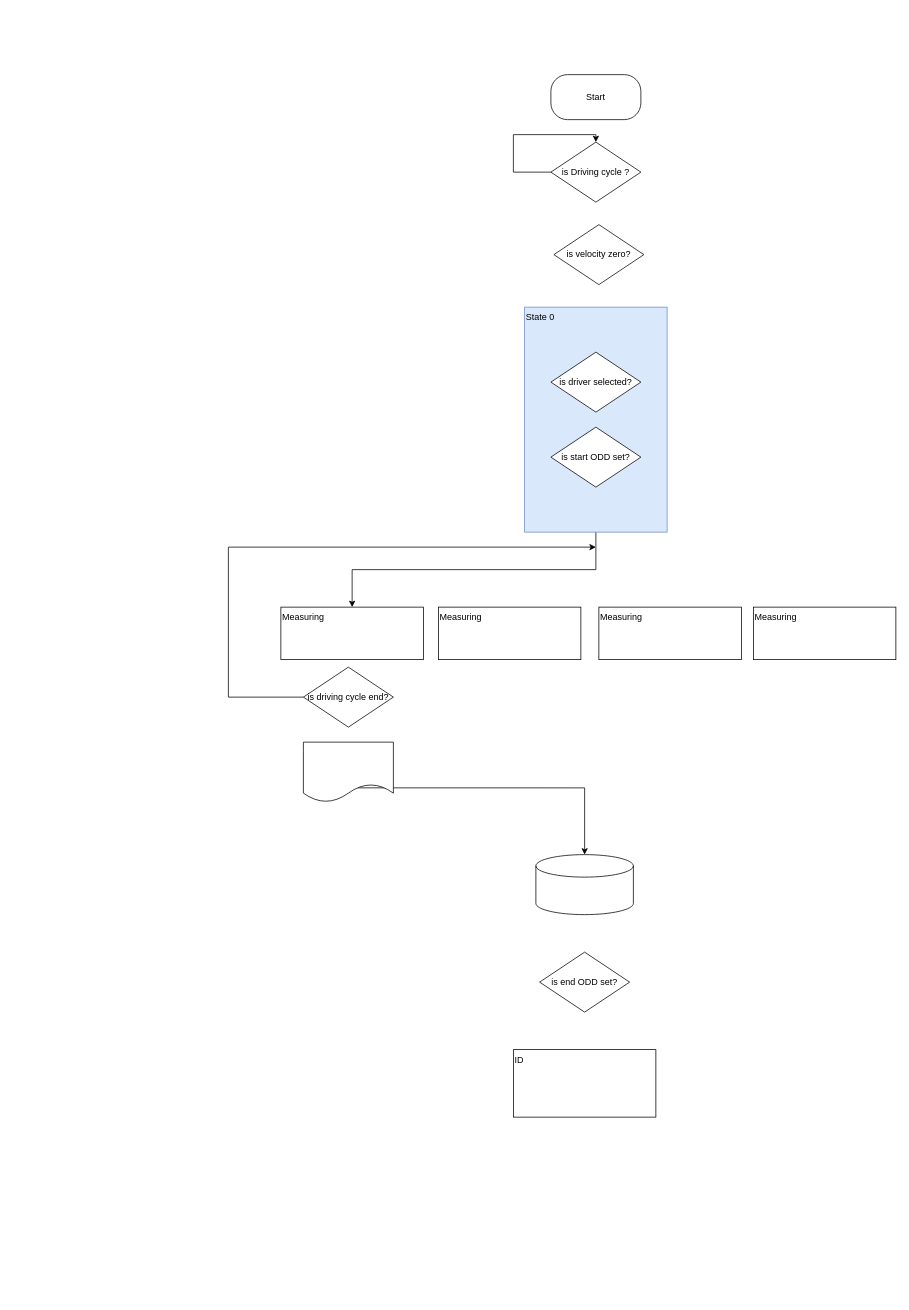
The draw.io diagram SystemFlowDiagram.drawio in gsethan17/DMS, before the edit. Source tidied: cells renumbered, new cells numbered last; positions are measured from the earlier drawing's top-left corner, leaving out a move shared by most shapes. Both pictures are drawn from the tidied source at 75%, with x=0, y=0 at pixel (228, 74).
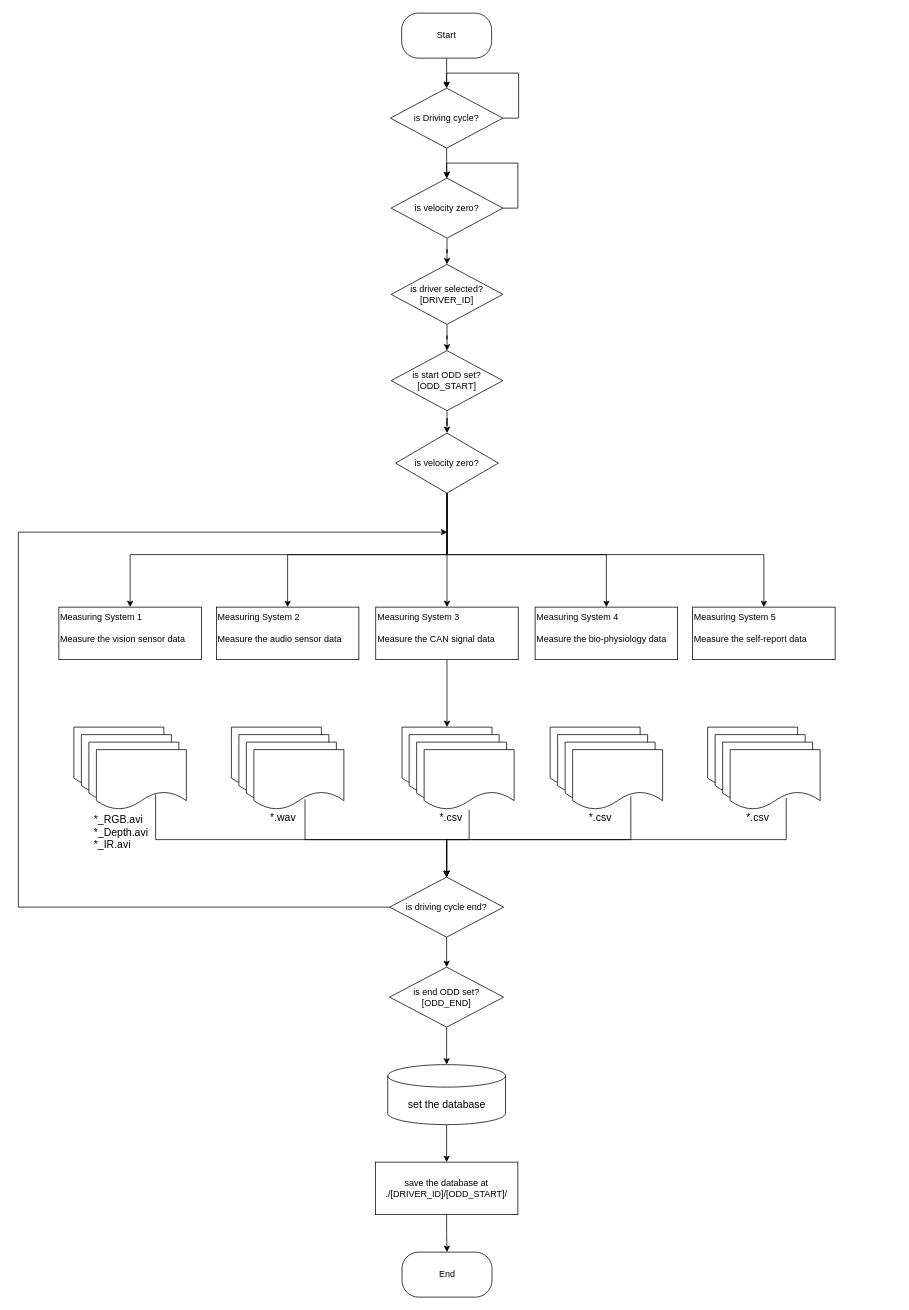
After the change.

Diff of the diagram source:
```diff
@@
+    <mxCell id="21" style="edgeStyle=orthogonalEdgeStyle;rounded=0;jettySize=auto;html=1;entryX=0.5;entryY=0;entryDx=0;entryDy=0;fontSize=14;" parent="1" edge="1" source="2" target="4">
+      <mxGeometry relative="1" as="geometry" />
+    </mxCell>
     <mxCell id="2" value="Start" style="rounded=1;whiteSpace=wrap;html=1;arcSize=37;" parent="1" vertex="1">
-      <mxGeometry x="430" width="120" height="60" as="geometry" />
+      <mxGeometry x="231" y="-82" width="120" height="60" as="geometry" />
     </mxCell>
-    <mxCell id="3" style="edgeStyle=orthogonalEdgeStyle;rounded=0;orthogonalLoop=1;jettySize=auto;html=1;exitX=0;exitY=0.5;exitDx=0;exitDy=0;fontSize=14;entryX=0.5;entryY=0;entryDx=0;entryDy=0;" parent="1" edge="1" source="4" target="4">
+    <mxCell id="3" style="edgeStyle=orthogonalEdgeStyle;rounded=0;orthogonalLoop=1;jettySize=auto;html=1;exitX=1;exitY=0.5;exitDx=0;exitDy=0;fontSize=14;entryX=0.5;entryY=0;entryDx=0;entryDy=0;" parent="1" edge="1" source="4" target="4">
       <mxGeometry relative="1" as="geometry">
         <Array as="points">
-          <mxPoint x="380" y="130" />
-          <mxPoint x="380" y="80" />
-          <mxPoint x="490" y="80" />
+          <mxPoint x="387" y="58" />
+          <mxPoint x="387" y="-2" />
+          <mxPoint x="291" y="-2" />
         </Array>
       </mxGeometry>
     </mxCell>
+    <mxCell id="22" style="edgeStyle=orthogonalEdgeStyle;rounded=0;jettySize=auto;html=1;fontSize=14;" parent="1" edge="1" source="4" target="10">
+      <mxGeometry relative="1" as="geometry" />
+    </mxCell>
-    <mxCell id="4" value="is Driving cycle ?" style="rhombus;whiteSpace=wrap;html=1;" parent="1" vertex="1">
-      <mxGeometry x="430" y="90" width="120" height="80" as="geometry" />
+    <mxCell id="4" value="is Driving cycle?" style="rhombus;whiteSpace=wrap;html=1;" parent="1" vertex="1">
+      <mxGeometry x="216" y="18" width="150" height="80" as="geometry" />
     </mxCell>
-    <mxCell id="5" style="edgeStyle=orthogonalEdgeStyle;rounded=0;jettySize=auto;html=1;exitX=0.5;exitY=1;exitDx=0;exitDy=0;fontSize=14;" parent="1" edge="1" source="6" target="9">
-      <mxGeometry relative="1" as="geometry" />
+    <mxCell id="5" style="edgeStyle=orthogonalEdgeStyle;rounded=0;jettySize=auto;html=1;exitX=0.5;exitY=1;exitDx=0;exitDy=0;fontSize=14;" parent="1" edge="1" source="8" target="9">
+      <mxGeometry relative="1" as="geometry">
+        <Array as="points">
+          <mxPoint x="291" y="640" />
+          <mxPoint x="-131" y="640" />
+        </Array>
+      </mxGeometry>
     </mxCell>
-    <mxCell id="6" value="State 0" style="whiteSpace=wrap;html=1;align=left;verticalAlign=top;fillColor=#dae8fc;strokeColor=#6c8ebf;" parent="1" vertex="1">
-      <mxGeometry x="395" y="310" width="190" height="300" as="geometry" />
-    </mxCell>
+    <mxCell id="23" style="edgeStyle=orthogonalEdgeStyle;rounded=0;jettySize=auto;html=1;fontSize=14;" parent="1" edge="1" source="7" target="66">
+      <mxGeometry relative="1" as="geometry" />
+    </mxCell>
-    <mxCell id="7" value="is driver selected?" style="rhombus;whiteSpace=wrap;html=1;" parent="1" vertex="1">
-      <mxGeometry x="430" y="370" width="120" height="80" as="geometry" />
+    <mxCell id="7" value="is driver selected?&lt;br&gt;[DRIVER_ID]" style="rhombus;whiteSpace=wrap;html=1;" parent="1" vertex="1">
+      <mxGeometry x="217" y="253" width="149" height="80" as="geometry" />
     </mxCell>
-    <mxCell id="8" value="is start ODD set?" style="rhombus;whiteSpace=wrap;html=1;" parent="1" vertex="1">
-      <mxGeometry x="430" y="470" width="120" height="80" as="geometry" />
+    <mxCell id="8" value="is velocity zero?" style="rhombus;whiteSpace=wrap;html=1;" parent="1" vertex="1">
+      <mxGeometry x="223" y="478" width="137" height="80" as="geometry" />
     </mxCell>
-    <mxCell id="9" value="Measuring" style="whiteSpace=wrap;html=1;align=left;verticalAlign=top;" parent="1" vertex="1">
-      <mxGeometry x="70" y="710" width="190" height="70" as="geometry" />
+    <mxCell id="9" value="Measuring System 1&lt;br&gt;&lt;br&gt;&lt;div style=&quot;text-align: right&quot;&gt;&lt;span&gt;Measure the vision sensor data&lt;/span&gt;&lt;/div&gt;" style="whiteSpace=wrap;html=1;align=left;verticalAlign=top;" parent="1" vertex="1">
+      <mxGeometry x="-226" y="710" width="190" height="70" as="geometry" />
     </mxCell>
+    <mxCell id="24" style="edgeStyle=orthogonalEdgeStyle;rounded=0;jettySize=auto;html=1;fontSize=14;" parent="1" edge="1" source="10" target="7">
+      <mxGeometry relative="1" as="geometry" />
+    </mxCell>
+    <mxCell id="25" style="edgeStyle=orthogonalEdgeStyle;rounded=0;orthogonalLoop=1;jettySize=auto;html=1;fontSize=14;exitX=1;exitY=0.5;exitDx=0;exitDy=0;" parent="1" edge="1" source="10" target="10">
+      <mxGeometry relative="1" as="geometry">
+        <Array as="points">
+          <mxPoint x="386" y="178" />
+          <mxPoint x="386" y="118" />
+          <mxPoint x="291" y="118" />
+        </Array>
+      </mxGeometry>
+    </mxCell>
     <mxCell id="10" value="is velocity zero?" style="rhombus;whiteSpace=wrap;html=1;" parent="1" vertex="1">
-      <mxGeometry x="434" y="200" width="120" height="80" as="geometry" />
+      <mxGeometry x="217" y="138" width="149" height="80" as="geometry" />
     </mxCell>
-    <mxCell id="11" value="ID" style="whiteSpace=wrap;html=1;align=left;verticalAlign=top;" parent="1" vertex="1">
-      <mxGeometry x="380" y="1300" width="190" height="90" as="geometry" />
-    </mxCell>
-    <mxCell id="12" value="Measuring" style="whiteSpace=wrap;html=1;align=left;verticalAlign=top;" parent="1" vertex="1">
-      <mxGeometry x="280" y="710" width="190" height="70" as="geometry" />
-    </mxCell>
-    <mxCell id="13" value="Measuring" style="whiteSpace=wrap;html=1;align=left;verticalAlign=top;" parent="1" vertex="1">
-      <mxGeometry x="494" y="710" width="190" height="70" as="geometry" />
-    </mxCell>
-    <mxCell id="14" value="Measuring" style="whiteSpace=wrap;html=1;align=left;verticalAlign=top;" parent="1" vertex="1">
-      <mxGeometry x="700" y="710" width="190" height="70" as="geometry" />
-    </mxCell>
-    <mxCell id="15" style="edgeStyle=orthogonalEdgeStyle;rounded=0;jettySize=auto;html=1;fontSize=14;exitX=0;exitY=0.5;exitDx=0;exitDy=0;" parent="1" edge="1" source="16">
-      <mxGeometry relative="1" as="geometry">
-        <mxPoint x="490" y="630" as="targetPoint" />
-        <Array as="points">
-          <mxPoint y="830" />
-          <mxPoint y="630" />
-        </Array>
-      </mxGeometry>
-    </mxCell>
+    <mxCell id="26" style="edgeStyle=orthogonalEdgeStyle;rounded=0;jettySize=auto;html=1;exitX=0;exitY=0.5;exitDx=0;exitDy=0;fontSize=14;" parent="1" edge="1" source="16">
+      <mxGeometry relative="1" as="geometry">
+        <mxPoint x="292" y="610" as="targetPoint" />
+        <Array as="points">
+          <mxPoint x="-280" y="1110" />
+          <mxPoint x="-280" y="610" />
+        </Array>
+      </mxGeometry>
+    </mxCell>
+    <mxCell id="27" style="edgeStyle=orthogonalEdgeStyle;rounded=0;jettySize=auto;html=1;fontSize=14;" parent="1" edge="1" source="16" target="17">
+      <mxGeometry relative="1" as="geometry" />
+    </mxCell>
     <mxCell id="16" value="is driving cycle end?" style="rhombus;whiteSpace=wrap;html=1;" parent="1" vertex="1">
-      <mxGeometry x="100" y="790" width="120" height="80" as="geometry" />
+      <mxGeometry x="215" y="1070" width="152" height="80" as="geometry" />
     </mxCell>
+    <mxCell id="28" style="edgeStyle=orthogonalEdgeStyle;rounded=0;jettySize=auto;html=1;fontSize=14;" parent="1" edge="1" source="17" target="20">
+      <mxGeometry relative="1" as="geometry" />
+    </mxCell>
-    <mxCell id="17" value="is end ODD set?" style="rhombus;whiteSpace=wrap;html=1;" parent="1" vertex="1">
-      <mxGeometry x="415" y="1170" width="120" height="80" as="geometry" />
+    <mxCell id="17" value="is end ODD set?&lt;br&gt;[ODD_END]" style="rhombus;whiteSpace=wrap;html=1;" parent="1" vertex="1">
+      <mxGeometry x="215" y="1190" width="152" height="80" as="geometry" />
     </mxCell>
-    <mxCell id="18" style="edgeStyle=orthogonalEdgeStyle;rounded=0;jettySize=auto;html=1;fontSize=14;exitX=0.605;exitY=0.762;exitDx=0;exitDy=0;exitPerimeter=0;" parent="1" edge="1" source="19" target="20">
-      <mxGeometry relative="1" as="geometry" />
-    </mxCell>
     <mxCell id="19" style="shape=document;whiteSpace=wrap;html=1;boundedLbl=1;fontSize=14;align=left;" parent="1" vertex="1">
-      <mxGeometry x="100" y="890" width="120" height="80" as="geometry" />
+      <mxGeometry x="-206" y="870" width="120" height="80" as="geometry" />
     </mxCell>
+    <mxCell id="29" style="edgeStyle=orthogonalEdgeStyle;rounded=0;jettySize=auto;html=1;entryX=0.5;entryY=0;entryDx=0;entryDy=0;fontSize=14;" parent="1" edge="1" source="20" target="60">
+      <mxGeometry relative="1" as="geometry" />
+    </mxCell>
-    <mxCell id="20" style="shape=cylinder3;whiteSpace=wrap;html=1;boundedLbl=1;backgroundOutline=1;size=15;fontSize=14;align=left;" parent="1" vertex="1">
-      <mxGeometry x="410" y="1040" width="130" height="80" as="geometry" />
+    <mxCell id="20" value="set the database" style="shape=cylinder3;whiteSpace=wrap;html=1;boundedLbl=1;backgroundOutline=1;size=15;fontSize=14;align=center;" parent="1" vertex="1">
+      <mxGeometry x="212.5" y="1320" width="157" height="80" as="geometry" />
     </mxCell>
+    <mxCell id="30" style="shape=document;whiteSpace=wrap;html=1;boundedLbl=1;fontSize=14;align=left;" parent="1" vertex="1">
+      <mxGeometry x="-196" y="880" width="120" height="80" as="geometry" />
+    </mxCell>
+    <mxCell id="31" style="shape=document;whiteSpace=wrap;html=1;boundedLbl=1;fontSize=14;align=left;" parent="1" vertex="1">
+      <mxGeometry x="-186" y="890" width="120" height="80" as="geometry" />
+    </mxCell>
+    <mxCell id="32" style="shape=document;whiteSpace=wrap;html=1;boundedLbl=1;fontSize=14;align=left;" parent="1" vertex="1">
+      <mxGeometry x="-176" y="900" width="120" height="80" as="geometry" />
+    </mxCell>
+    <mxCell id="33" value="Measuring System 2&lt;br&gt;&lt;br&gt;&lt;div style=&quot;text-align: right&quot;&gt;&lt;span&gt;Measure the audio sensor data&lt;/span&gt;&lt;/div&gt;" style="whiteSpace=wrap;html=1;align=left;verticalAlign=top;" parent="1" vertex="1">
+      <mxGeometry x="-16" y="710" width="190" height="70" as="geometry" />
+    </mxCell>
+    <mxCell id="34" style="edgeStyle=orthogonalEdgeStyle;rounded=0;jettySize=auto;html=1;fontSize=14;" parent="1" edge="1" source="35" target="41">
+      <mxGeometry relative="1" as="geometry" />
+    </mxCell>
+    <mxCell id="35" value="Measuring System 3&lt;br&gt;&lt;br&gt;&lt;div style=&quot;text-align: right&quot;&gt;&lt;span&gt;Measure the CAN signal data&lt;/span&gt;&lt;/div&gt;" style="whiteSpace=wrap;html=1;align=left;verticalAlign=top;" parent="1" vertex="1">
+      <mxGeometry x="196.5" y="710" width="190" height="70" as="geometry" />
+    </mxCell>
+    <mxCell id="36" value="Measuring System 4&lt;br&gt;&lt;br&gt;&lt;div style=&quot;text-align: right&quot;&gt;&lt;span&gt;Measure the bio-physiology data&lt;/span&gt;&lt;/div&gt;" style="whiteSpace=wrap;html=1;align=left;verticalAlign=top;" parent="1" vertex="1">
+      <mxGeometry x="409" y="710" width="190" height="70" as="geometry" />
+    </mxCell>
+    <mxCell id="37" style="shape=document;whiteSpace=wrap;html=1;boundedLbl=1;fontSize=14;align=left;" parent="1" vertex="1">
+      <mxGeometry x="4" y="870" width="120" height="80" as="geometry" />
+    </mxCell>
+    <mxCell id="38" style="shape=document;whiteSpace=wrap;html=1;boundedLbl=1;fontSize=14;align=left;" parent="1" vertex="1">
+      <mxGeometry x="14" y="880" width="120" height="80" as="geometry" />
+    </mxCell>
+    <mxCell id="39" style="shape=document;whiteSpace=wrap;html=1;boundedLbl=1;fontSize=14;align=left;" parent="1" vertex="1">
+      <mxGeometry x="24" y="890" width="120" height="80" as="geometry" />
+    </mxCell>
+    <mxCell id="40" style="shape=document;whiteSpace=wrap;html=1;boundedLbl=1;fontSize=14;align=left;" parent="1" vertex="1">
+      <mxGeometry x="34" y="900" width="120" height="80" as="geometry" />
+    </mxCell>
+    <mxCell id="41" style="shape=document;whiteSpace=wrap;html=1;boundedLbl=1;fontSize=14;align=left;" parent="1" vertex="1">
+      <mxGeometry x="231.5" y="870" width="120" height="80" as="geometry" />
+    </mxCell>
+    <mxCell id="42" style="shape=document;whiteSpace=wrap;html=1;boundedLbl=1;fontSize=14;align=left;" parent="1" vertex="1">
+      <mxGeometry x="241" y="880" width="120" height="80" as="geometry" />
+    </mxCell>
+    <mxCell id="43" style="shape=document;whiteSpace=wrap;html=1;boundedLbl=1;fontSize=14;align=left;" parent="1" vertex="1">
+      <mxGeometry x="251" y="890" width="120" height="80" as="geometry" />
+    </mxCell>
+    <mxCell id="44" style="shape=document;whiteSpace=wrap;html=1;boundedLbl=1;fontSize=14;align=left;" parent="1" vertex="1">
+      <mxGeometry x="261" y="900" width="120" height="80" as="geometry" />
+    </mxCell>
+    <mxCell id="45" style="shape=document;whiteSpace=wrap;html=1;boundedLbl=1;fontSize=14;align=left;" parent="1" vertex="1">
+      <mxGeometry x="429" y="870" width="120" height="80" as="geometry" />
+    </mxCell>
+    <mxCell id="46" style="shape=document;whiteSpace=wrap;html=1;boundedLbl=1;fontSize=14;align=left;" parent="1" vertex="1">
+      <mxGeometry x="439" y="880" width="120" height="80" as="geometry" />
+    </mxCell>
+    <mxCell id="47" style="shape=document;whiteSpace=wrap;html=1;boundedLbl=1;fontSize=14;align=left;" parent="1" vertex="1">
+      <mxGeometry x="449" y="890" width="120" height="80" as="geometry" />
+    </mxCell>
+    <mxCell id="48" style="shape=document;whiteSpace=wrap;html=1;boundedLbl=1;fontSize=14;align=left;" parent="1" vertex="1">
+      <mxGeometry x="459" y="900" width="120" height="80" as="geometry" />
+    </mxCell>
+    <mxCell id="49" value="*_RGB.avi&lt;br&gt;*_Depth.avi&lt;br&gt;*_IR.avi" style="text;html=1;strokeColor=none;fillColor=none;align=left;verticalAlign=middle;whiteSpace=wrap;rounded=0;fontSize=14;" parent="1" vertex="1">
+      <mxGeometry x="-181" y="980" width="100" height="60" as="geometry" />
+    </mxCell>
+    <mxCell id="50" value="*.wav" style="text;html=1;strokeColor=none;fillColor=none;align=left;verticalAlign=middle;whiteSpace=wrap;rounded=0;fontSize=14;" parent="1" vertex="1">
+      <mxGeometry x="54" y="980" width="50" height="20" as="geometry" />
+    </mxCell>
+    <mxCell id="51" value="*.csv" style="text;html=1;strokeColor=none;fillColor=none;align=left;verticalAlign=middle;whiteSpace=wrap;rounded=0;fontSize=14;" parent="1" vertex="1">
+      <mxGeometry x="280" y="980" width="50" height="20" as="geometry" />
+    </mxCell>
+    <mxCell id="52" value="*.csv" style="text;html=1;strokeColor=none;fillColor=none;align=left;verticalAlign=middle;whiteSpace=wrap;rounded=0;fontSize=14;" parent="1" vertex="1">
+      <mxGeometry x="479" y="980" width="50" height="20" as="geometry" />
+    </mxCell>
+    <mxCell id="53" value="Measuring System 5&lt;br&gt;&lt;br&gt;&lt;div style=&quot;text-align: right&quot;&gt;&lt;span&gt;Measure the self-report data&lt;/span&gt;&lt;/div&gt;" style="whiteSpace=wrap;html=1;align=left;verticalAlign=top;" parent="1" vertex="1">
+      <mxGeometry x="619" y="710" width="190" height="70" as="geometry" />
+    </mxCell>
+    <mxCell id="54" style="shape=document;whiteSpace=wrap;html=1;boundedLbl=1;fontSize=14;align=left;" parent="1" vertex="1">
+      <mxGeometry x="639" y="870" width="120" height="80" as="geometry" />
+    </mxCell>
+    <mxCell id="55" style="shape=document;whiteSpace=wrap;html=1;boundedLbl=1;fontSize=14;align=left;" parent="1" vertex="1">
+      <mxGeometry x="649" y="880" width="120" height="80" as="geometry" />
+    </mxCell>
+    <mxCell id="56" style="shape=document;whiteSpace=wrap;html=1;boundedLbl=1;fontSize=14;align=left;" parent="1" vertex="1">
+      <mxGeometry x="659" y="890" width="120" height="80" as="geometry" />
+    </mxCell>
+    <mxCell id="57" style="shape=document;whiteSpace=wrap;html=1;boundedLbl=1;fontSize=14;align=left;" parent="1" vertex="1">
+      <mxGeometry x="669" y="900" width="120" height="80" as="geometry" />
+    </mxCell>
+    <mxCell id="58" value="*.csv" style="text;html=1;strokeColor=none;fillColor=none;align=left;verticalAlign=middle;whiteSpace=wrap;rounded=0;fontSize=14;" parent="1" vertex="1">
+      <mxGeometry x="689" y="980" width="50" height="20" as="geometry" />
+    </mxCell>
+    <mxCell id="59" style="edgeStyle=orthogonalEdgeStyle;rounded=0;jettySize=auto;html=1;fontSize=14;" parent="1" edge="1" source="60" target="67">
+      <mxGeometry relative="1" as="geometry" />
+    </mxCell>
+    <mxCell id="60" value="save the database at&lt;br&gt;./[DRIVER_ID]/[ODD_START]/" style="whiteSpace=wrap;html=1;align=center;verticalAlign=middle;" parent="1" vertex="1">
+      <mxGeometry x="196" y="1450" width="190" height="70" as="geometry" />
+    </mxCell>
+    <mxCell id="61" style="edgeStyle=orthogonalEdgeStyle;rounded=0;jettySize=auto;html=1;exitX=0.5;exitY=1;exitDx=0;exitDy=0;fontSize=14;entryX=0.5;entryY=0;entryDx=0;entryDy=0;" parent="1" edge="1" source="8" target="33">
+      <mxGeometry relative="1" as="geometry">
+        <Array as="points">
+          <mxPoint x="291" y="640" />
+          <mxPoint x="79" y="640" />
+        </Array>
+      </mxGeometry>
+    </mxCell>
+    <mxCell id="62" style="edgeStyle=orthogonalEdgeStyle;rounded=0;jettySize=auto;html=1;exitX=0.5;exitY=1;exitDx=0;exitDy=0;fontSize=14;" parent="1" edge="1" source="8" target="35">
+      <mxGeometry relative="1" as="geometry" />
+    </mxCell>
+    <mxCell id="63" style="edgeStyle=orthogonalEdgeStyle;rounded=0;jettySize=auto;html=1;exitX=0.5;exitY=1;exitDx=0;exitDy=0;fontSize=14;entryX=0.5;entryY=0;entryDx=0;entryDy=0;" parent="1" edge="1" source="8" target="36">
+      <mxGeometry relative="1" as="geometry">
+        <Array as="points">
+          <mxPoint x="291" y="640" />
+          <mxPoint x="504" y="640" />
+        </Array>
+      </mxGeometry>
+    </mxCell>
+    <mxCell id="64" style="edgeStyle=orthogonalEdgeStyle;rounded=0;jettySize=auto;html=1;fontSize=14;entryX=0.5;entryY=0;entryDx=0;entryDy=0;exitX=0.5;exitY=1;exitDx=0;exitDy=0;" parent="1" edge="1" source="8" target="53">
+      <mxGeometry relative="1" as="geometry">
+        <Array as="points">
+          <mxPoint x="291" y="640" />
+          <mxPoint x="714" y="640" />
+        </Array>
+      </mxGeometry>
+    </mxCell>
+    <mxCell id="65" style="edgeStyle=orthogonalEdgeStyle;rounded=0;jettySize=auto;html=1;fontSize=14;" parent="1" edge="1" source="66" target="8">
+      <mxGeometry relative="1" as="geometry" />
+    </mxCell>
+    <mxCell id="66" value="is start ODD set?&lt;br&gt;[ODD_START]" style="rhombus;whiteSpace=wrap;html=1;" parent="1" vertex="1">
+      <mxGeometry x="217" y="368" width="149" height="80" as="geometry" />
+    </mxCell>
+    <mxCell id="67" value="End" style="rounded=1;whiteSpace=wrap;html=1;arcSize=37;" parent="1" vertex="1">
+      <mxGeometry x="231.5" y="1570" width="120" height="60" as="geometry" />
+    </mxCell>
+    <mxCell id="68" style="edgeStyle=orthogonalEdgeStyle;rounded=0;jettySize=auto;html=1;fontSize=14;entryX=0.5;entryY=0;entryDx=0;entryDy=0;" parent="1" edge="1" source="44" target="16">
+      <mxGeometry relative="1" as="geometry">
+        <Array as="points">
+          <mxPoint x="321" y="1020" />
+          <mxPoint x="291" y="1020" />
+        </Array>
+      </mxGeometry>
+    </mxCell>
+    <mxCell id="69" style="edgeStyle=orthogonalEdgeStyle;rounded=0;jettySize=auto;html=1;fontSize=14;exitX=0.568;exitY=0.827;exitDx=0;exitDy=0;exitPerimeter=0;entryX=0.5;entryY=0;entryDx=0;entryDy=0;" parent="1" edge="1" source="40" target="16">
+      <mxGeometry relative="1" as="geometry">
+        <Array as="points">
+          <mxPoint x="102" y="1020" />
+          <mxPoint x="291" y="1020" />
+        </Array>
+      </mxGeometry>
+    </mxCell>
+    <mxCell id="70" style="edgeStyle=orthogonalEdgeStyle;rounded=0;jettySize=auto;html=1;fontSize=14;entryX=0.5;entryY=0;entryDx=0;entryDy=0;" parent="1" edge="1" target="16">
+      <mxGeometry relative="1" as="geometry">
+        <mxPoint x="-97" y="960" as="sourcePoint" />
+        <Array as="points">
+          <mxPoint x="-97" y="1020" />
+          <mxPoint x="291" y="1020" />
+        </Array>
+      </mxGeometry>
+    </mxCell>
+    <mxCell id="71" style="edgeStyle=orthogonalEdgeStyle;rounded=0;jettySize=auto;html=1;fontSize=14;entryX=0.5;entryY=0;entryDx=0;entryDy=0;exitX=0.647;exitY=0.777;exitDx=0;exitDy=0;exitPerimeter=0;" parent="1" edge="1" source="48" target="16">
+      <mxGeometry relative="1" as="geometry">
+        <Array as="points">
+          <mxPoint x="537" y="1020" />
+          <mxPoint x="291" y="1020" />
+        </Array>
+      </mxGeometry>
+    </mxCell>
+    <mxCell id="72" style="edgeStyle=orthogonalEdgeStyle;rounded=0;jettySize=auto;html=1;fontSize=14;entryX=0.5;entryY=0;entryDx=0;entryDy=0;exitX=0.623;exitY=0.807;exitDx=0;exitDy=0;exitPerimeter=0;" parent="1" edge="1" source="57" target="16">
+      <mxGeometry relative="1" as="geometry">
+        <Array as="points">
+          <mxPoint x="744" y="1020" />
+          <mxPoint x="291" y="1020" />
+        </Array>
+      </mxGeometry>
+    </mxCell>
```
